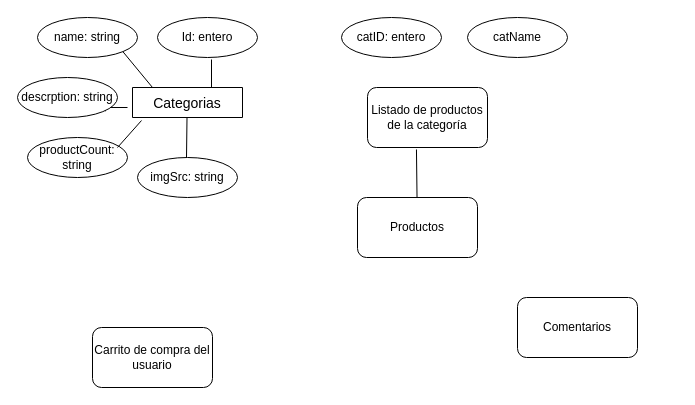
Earlier version of the draw.io diagram Diagrama sin título.drawio (maglisg/e_commerce). Source tidied: cells renumbered, new cells numbered last; positions are measured from the earlier drawing's top-left corner, leaving out a move shared by most shapes. Both pictures are drawn from the tidied source at 100%, with x=0, y=0 at pixel (17, 17).
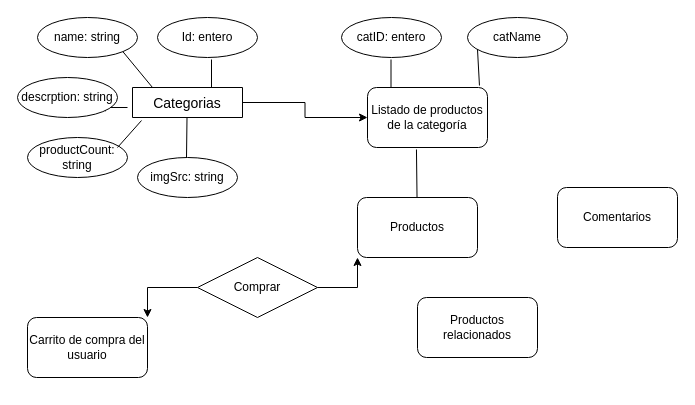
After the change.

Unchanged cells that the change refers to:
```xml
<mxCell id="10" value="Listado de productos de la categoría" style="rounded=1;whiteSpace=wrap;html=1;" parent="1" vertex="1">
  <mxGeometry x="350" y="70" width="120" height="60" as="geometry" />
</mxCell>
<mxCell id="12" value="Productos" style="rounded=1;whiteSpace=wrap;html=1;" parent="1" vertex="1">
  <mxGeometry x="340" y="180" width="120" height="60" as="geometry" />
</mxCell>
<mxCell id="17" value="Categorias" style="swimlane;fontStyle=0;horizontal=1;startSize=30;align=center;fontSize=14;" parent="1" vertex="1" collapsed="1">
  <mxGeometry x="115" y="70" width="110" height="30" as="geometry" />
</mxCell>
```

What changed in the source:
```diff
@@
     <mxCell id="13" value="Comentarios" style="rounded=1;whiteSpace=wrap;html=1;" parent="1" vertex="1">
-      <mxGeometry x="500" y="280" width="120" height="60" as="geometry" />
+      <mxGeometry x="540" y="170" width="120" height="60" as="geometry" />
     </mxCell>
     <mxCell id="14" value="Carrito de compra del usuario" style="rounded=1;whiteSpace=wrap;html=1;" parent="1" vertex="1">
-      <mxGeometry x="75" y="310" width="120" height="60" as="geometry" />
+      <mxGeometry x="10" y="300" width="120" height="60" as="geometry" />
     </mxCell>
@@
+    <mxCell id="20" style="edgeStyle=orthogonalEdgeStyle;rounded=0;jettySize=auto;html=1;entryX=0;entryY=0.5;entryDx=0;entryDy=0;" parent="1" edge="1" source="17" target="10">
+      <mxGeometry relative="1" as="geometry" />
+    </mxCell>
@@
+    <mxCell id="21" style="edgeStyle=orthogonalEdgeStyle;rounded=0;jettySize=auto;html=1;entryX=0;entryY=1;entryDx=0;entryDy=0;" parent="1" edge="1" source="23" target="12">
+      <mxGeometry relative="1" as="geometry" />
+    </mxCell>
+    <mxCell id="22" style="edgeStyle=orthogonalEdgeStyle;rounded=0;jettySize=auto;html=1;entryX=1;entryY=0;entryDx=0;entryDy=0;" parent="1" edge="1" source="23" target="14">
+      <mxGeometry relative="1" as="geometry" />
+    </mxCell>
+    <mxCell id="23" value="Comprar" style="shape=rhombus;perimeter=rhombusPerimeter;whiteSpace=wrap;html=1;align=center;" parent="1" vertex="1">
+      <mxGeometry x="180" y="240" width="120" height="60" as="geometry" />
+    </mxCell>
+    <mxCell id="24" value="Productos relacionados" style="rounded=1;whiteSpace=wrap;html=1;" parent="1" vertex="1">
+      <mxGeometry x="400" y="280" width="120" height="60" as="geometry" />
+    </mxCell>
+    <mxCell id="25" style="endArrow=none;html=1;rounded=0;entryX=0.408;entryY=1.033;entryDx=0;entryDy=0;entryPerimeter=0;" parent="1" edge="1">
+      <mxGeometry relative="1" as="geometry">
+        <mxPoint x="373.5" y="70" as="sourcePoint" />
+        <mxPoint x="373.5" y="42" as="targetPoint" />
+      </mxGeometry>
+    </mxCell>
+    <mxCell id="26" style="endArrow=none;html=1;rounded=0;entryX=0.408;entryY=1.033;entryDx=0;entryDy=0;entryPerimeter=0;exitX=0.933;exitY=-0.033;exitDx=0;exitDy=0;exitPerimeter=0;" parent="1" edge="1" source="10">
+      <mxGeometry relative="1" as="geometry">
+        <mxPoint x="460" y="32" as="targetPoint" />
+      </mxGeometry>
+    </mxCell>
```
